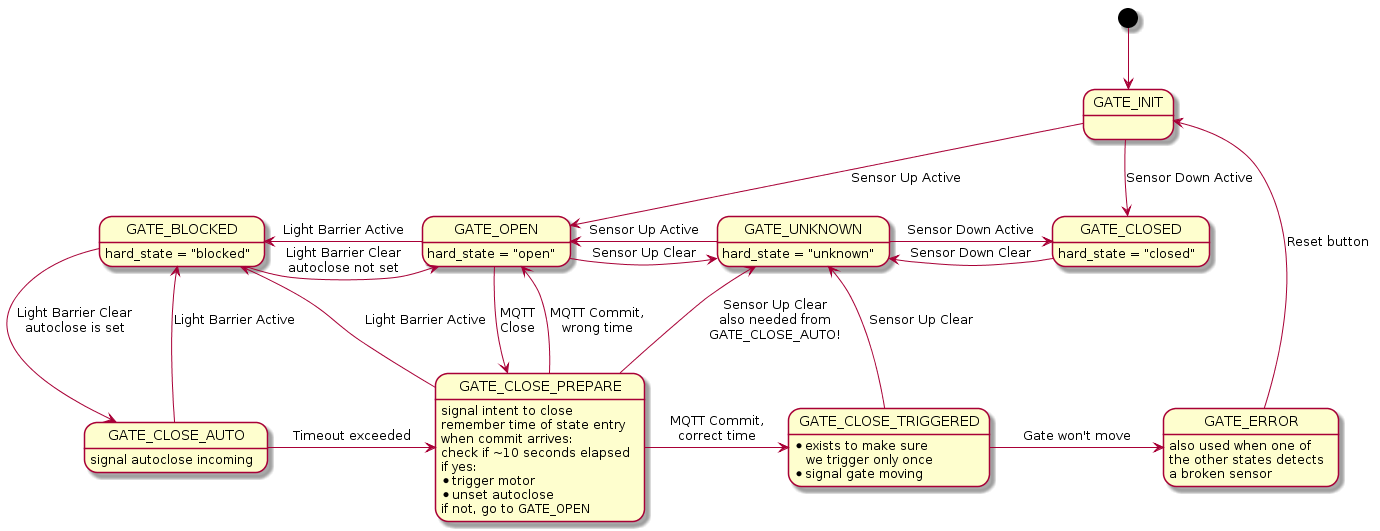
Earlier version of the PlantUML export docs/statemachine.png (Svedrin/gatecontrol).
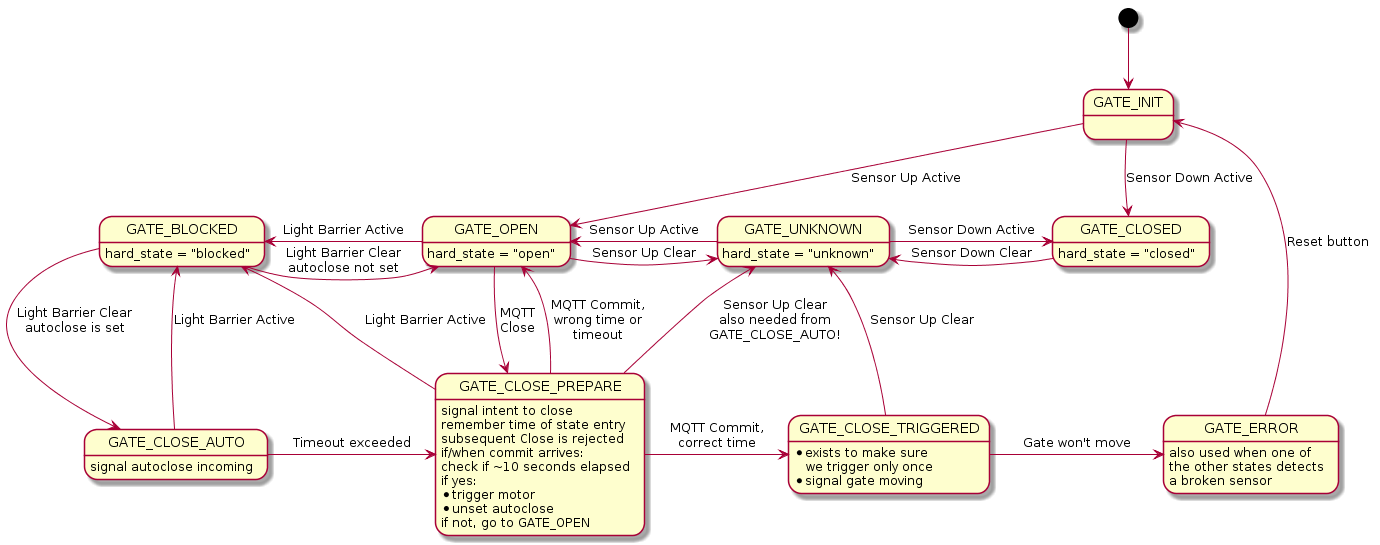
After the commit.

Commit message:
what to do with subsequent commit commands

Diff of the diagram source:
```diff
@@ -28,7 +28,8 @@
 GATE_OPEN    -down->  GATE_CLOSE_PREPARE : MQTT\nClose
 GATE_CLOSE_PREPARE: signal intent to close
 GATE_CLOSE_PREPARE: remember time of state entry
-GATE_CLOSE_PREPARE: when commit arrives:
+GATE_CLOSE_PREPARE: subsequent Close is rejected
+GATE_CLOSE_PREPARE: if/when commit arrives:
 GATE_CLOSE_PREPARE: check if ~10 seconds elapsed
 GATE_CLOSE_PREPARE: if yes:
 GATE_CLOSE_PREPARE: * trigger motor
@@ -37,7 +38,7 @@
 
 GATE_CLOSE_PREPARE   -up->     GATE_BLOCKED         : Light Barrier Active
 GATE_CLOSE_PREPARE   -up->     GATE_UNKNOWN         : Sensor Up Clear\nalso needed from\nGATE_CLOSE_AUTO!
-GATE_CLOSE_PREPARE   -up->     GATE_OPEN            : MQTT Commit,\nwrong time
+GATE_CLOSE_PREPARE   -up->     GATE_OPEN            : MQTT Commit,\nwrong time or\ntimeout
 GATE_CLOSE_PREPARE   -right->  GATE_CLOSE_TRIGGERED : MQTT Commit,\ncorrect time
 
 GATE_CLOSE_TRIGGERED -up->     GATE_UNKNOWN         : Sensor Up Clear
```
